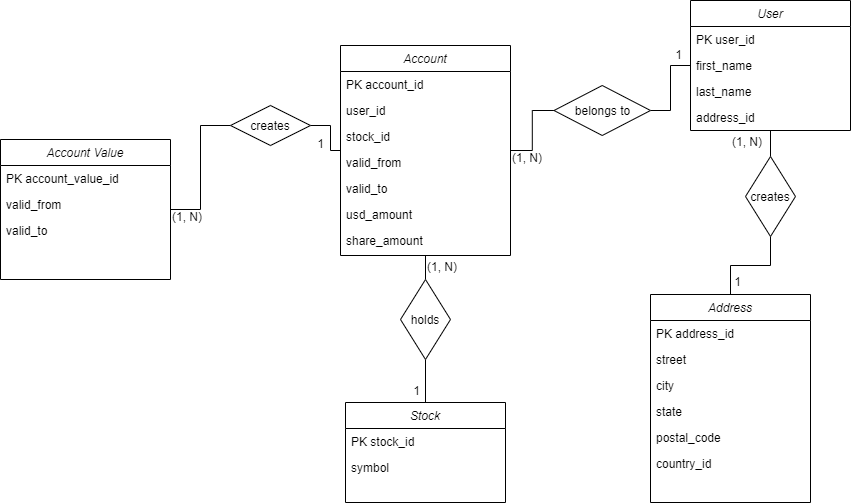
Before: assets/data_model.png, a diagram exported from draw.io (dporth/stock-simulator). Source tidied: cells renumbered, new cells last; positions are measured from the earlier drawing's top-left corner, leaving out a move shared by most shapes.
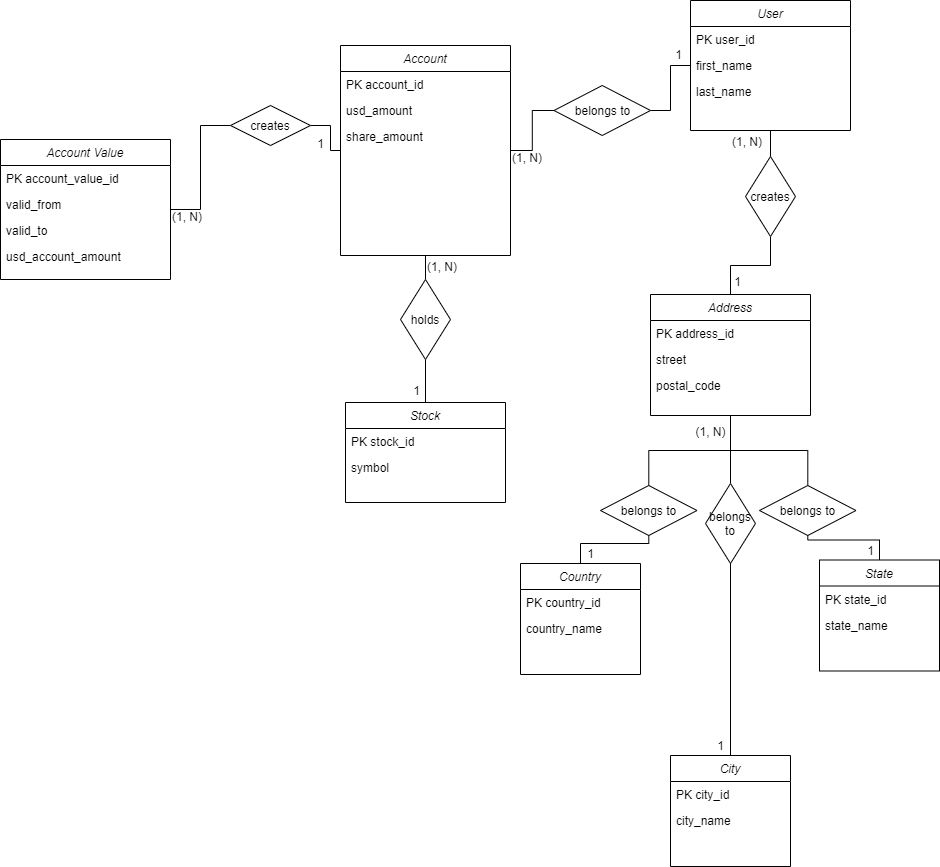
After the change.

Commit message:
Created data model ddl sql

What changed in the source:
```diff
@@ -8,23 +8,11 @@
     <mxCell id="3" value="PK account_id" style="text;align=left;verticalAlign=top;spacingLeft=4;spacingRight=4;overflow=hidden;" parent="2" vertex="1">
       <mxGeometry y="26" width="170" height="26" as="geometry" />
     </mxCell>
-    <mxCell id="4" value="user_id" style="text;align=left;verticalAlign=top;spacingLeft=4;spacingRight=4;overflow=hidden;" parent="2" vertex="1">
-      <mxGeometry y="52" width="170" height="26" as="geometry" />
-    </mxCell>
-    <mxCell id="5" value="stock_id" style="text;align=left;verticalAlign=top;spacingLeft=4;spacingRight=4;overflow=hidden;rounded=0;shadow=0;html=0;" parent="2" vertex="1">
-      <mxGeometry y="78" width="170" height="26" as="geometry" />
-    </mxCell>
-    <mxCell id="6" value="valid_from" style="text;align=left;verticalAlign=top;spacingLeft=4;spacingRight=4;overflow=hidden;rounded=0;shadow=0;html=0;" parent="2" vertex="1">
-      <mxGeometry y="104" width="170" height="26" as="geometry" />
-    </mxCell>
-    <mxCell id="7" value="valid_to" style="text;align=left;verticalAlign=top;spacingLeft=4;spacingRight=4;overflow=hidden;" parent="2" vertex="1">
-      <mxGeometry y="130" width="170" height="26" as="geometry" />
-    </mxCell>
     <mxCell id="8" value="usd_amount" style="text;align=left;verticalAlign=top;spacingLeft=4;spacingRight=4;overflow=hidden;rounded=0;shadow=0;html=0;" parent="2" vertex="1">
-      <mxGeometry y="156" width="170" height="26" as="geometry" />
+      <mxGeometry y="52" width="170" height="26" as="geometry" />
     </mxCell>
     <mxCell id="9" value="share_amount" style="text;align=left;verticalAlign=top;spacingLeft=4;spacingRight=4;overflow=hidden;rounded=0;shadow=0;html=0;" parent="2" vertex="1">
-      <mxGeometry y="182" width="170" height="28" as="geometry" />
+      <mxGeometry y="78" width="170" height="28" as="geometry" />
     </mxCell>
     <mxCell id="10" value="Stock" style="swimlane;fontStyle=2;align=center;verticalAlign=top;horizontal=1;startSize=26;rounded=0;shadow=0;strokeWidth=1;" parent="1" vertex="1">
       <mxGeometry x="345" y="402" width="160" height="100" as="geometry" />
@@ -47,11 +35,8 @@
     <mxCell id="16" value="last_name" style="text;align=left;verticalAlign=top;spacingLeft=4;spacingRight=4;overflow=hidden;rounded=0;shadow=0;html=0;" parent="13" vertex="1">
       <mxGeometry y="78" width="160" height="26" as="geometry" />
     </mxCell>
-    <mxCell id="17" value="address_id" style="text;align=left;verticalAlign=top;spacingLeft=4;spacingRight=4;overflow=hidden;rounded=0;shadow=0;html=0;" parent="13" vertex="1">
-      <mxGeometry y="104" width="160" height="26" as="geometry" />
-    </mxCell>
     <mxCell id="18" value="Address" style="swimlane;fontStyle=2;align=center;verticalAlign=top;horizontal=1;startSize=26;rounded=0;shadow=0;strokeWidth=1;" parent="1" vertex="1">
-      <mxGeometry x="650" y="294" width="160" height="208" as="geometry" />
+      <mxGeometry x="650" y="294" width="160" height="121" as="geometry" />
     </mxCell>
     <mxCell id="19" value="PK address_id" style="text;align=left;verticalAlign=top;spacingLeft=4;spacingRight=4;overflow=hidden;" parent="18" vertex="1">
       <mxGeometry y="26" width="160" height="26" as="geometry" />
@@ -59,18 +44,9 @@
     <mxCell id="20" value="street" style="text;align=left;verticalAlign=top;spacingLeft=4;spacingRight=4;overflow=hidden;" parent="18" vertex="1">
       <mxGeometry y="52" width="160" height="26" as="geometry" />
     </mxCell>
-    <mxCell id="21" value="city" style="text;align=left;verticalAlign=top;spacingLeft=4;spacingRight=4;overflow=hidden;rounded=0;shadow=0;html=0;" parent="18" vertex="1">
-      <mxGeometry y="78" width="160" height="26" as="geometry" />
-    </mxCell>
-    <mxCell id="22" value="state" style="text;align=left;verticalAlign=top;spacingLeft=4;spacingRight=4;overflow=hidden;rounded=0;shadow=0;html=0;" parent="18" vertex="1">
-      <mxGeometry y="104" width="160" height="26" as="geometry" />
-    </mxCell>
     <mxCell id="23" value="postal_code" style="text;align=left;verticalAlign=top;spacingLeft=4;spacingRight=4;overflow=hidden;rounded=0;shadow=0;html=0;" parent="18" vertex="1">
-      <mxGeometry y="130" width="160" height="26" as="geometry" />
+      <mxGeometry y="78" width="160" height="26" as="geometry" />
     </mxCell>
-    <mxCell id="24" value="country_id" style="text;align=left;verticalAlign=top;spacingLeft=4;spacingRight=4;overflow=hidden;rounded=0;shadow=0;html=0;" parent="18" vertex="1">
-      <mxGeometry y="156" width="160" height="26" as="geometry" />
-    </mxCell>
     <mxCell id="25" value="(1, N)" style="align=left;verticalAlign=bottom;labelBackgroundColor=none;fontSize=12;" parent="1" vertex="1">
       <mxGeometry x="425" y="275" as="geometry" />
     </mxCell>
@@ -97,6 +73,9 @@
     <mxCell id="32" value="valid_to" style="text;align=left;verticalAlign=top;spacingLeft=4;spacingRight=4;overflow=hidden;" parent="29" vertex="1">
       <mxGeometry y="78" width="170" height="26" as="geometry" />
     </mxCell>
+    <mxCell id="49" value="usd_account_amount&#10;" style="text;align=left;verticalAlign=top;spacingLeft=4;spacingRight=4;overflow=hidden;" parent="29" vertex="1">
+      <mxGeometry y="104" width="170" height="26" as="geometry" />
+    </mxCell>
     <mxCell id="33" value="(1, N)" style="align=left;verticalAlign=bottom;labelBackgroundColor=none;fontSize=12;" parent="1" vertex="1">
       <mxGeometry x="170" y="225" as="geometry" />
     </mxCell>
@@ -149,5 +128,71 @@
     <mxCell id="48" value="holds" style="rhombus;whiteSpace=wrap;html=1;" parent="1" vertex="1">
       <mxGeometry x="400" y="279" width="50" height="80" as="geometry" />
     </mxCell>
+    <mxCell id="50" style="edgeStyle=orthogonalEdgeStyle;rounded=0;jettySize=auto;html=1;startArrow=none;startFill=0;endArrow=none;endFill=0;" parent="1" edge="1" source="66" target="18">
+      <mxGeometry relative="1" as="geometry" />
+    </mxCell>
+    <mxCell id="51" value="City" style="swimlane;fontStyle=2;align=center;verticalAlign=top;horizontal=1;startSize=26;rounded=0;shadow=0;strokeWidth=1;" parent="1" vertex="1">
+      <mxGeometry x="670" y="755" width="120" height="111" as="geometry" />
+    </mxCell>
+    <mxCell id="52" value="PK city_id" style="text;align=left;verticalAlign=top;spacingLeft=4;spacingRight=4;overflow=hidden;" parent="51" vertex="1">
+      <mxGeometry y="26" width="120" height="26" as="geometry" />
+    </mxCell>
+    <mxCell id="53" value="city_name" style="text;align=left;verticalAlign=top;spacingLeft=4;spacingRight=4;overflow=hidden;" parent="51" vertex="1">
+      <mxGeometry y="52" width="120" height="26" as="geometry" />
+    </mxCell>
+    <mxCell id="54" style="edgeStyle=orthogonalEdgeStyle;rounded=0;jettySize=auto;html=1;startArrow=none;startFill=0;endArrow=none;endFill=0;" parent="1" edge="1" source="70" target="18">
+      <mxGeometry relative="1" as="geometry" />
+    </mxCell>
+    <mxCell id="55" value="Country" style="swimlane;fontStyle=2;align=center;verticalAlign=top;horizontal=1;startSize=26;rounded=0;shadow=0;strokeWidth=1;" parent="1" vertex="1">
+      <mxGeometry x="520" y="563" width="120" height="111" as="geometry" />
+    </mxCell>
+    <mxCell id="56" value="PK country_id" style="text;align=left;verticalAlign=top;spacingLeft=4;spacingRight=4;overflow=hidden;" parent="55" vertex="1">
+      <mxGeometry y="26" width="120" height="26" as="geometry" />
+    </mxCell>
+    <mxCell id="57" value="country_name" style="text;align=left;verticalAlign=top;spacingLeft=4;spacingRight=4;overflow=hidden;" parent="55" vertex="1">
+      <mxGeometry y="52" width="120" height="26" as="geometry" />
+    </mxCell>
+    <mxCell id="58" style="edgeStyle=orthogonalEdgeStyle;rounded=0;jettySize=auto;html=1;startArrow=none;startFill=0;endArrow=none;endFill=0;" parent="1" edge="1" source="68" target="18">
+      <mxGeometry relative="1" as="geometry" />
+    </mxCell>
+    <mxCell id="59" value="State" style="swimlane;fontStyle=2;align=center;verticalAlign=top;horizontal=1;startSize=26;rounded=0;shadow=0;strokeWidth=1;" parent="1" vertex="1">
+      <mxGeometry x="819" y="559.5" width="120" height="111" as="geometry" />
+    </mxCell>
+    <mxCell id="60" value="PK state_id" style="text;align=left;verticalAlign=top;spacingLeft=4;spacingRight=4;overflow=hidden;" parent="59" vertex="1">
+      <mxGeometry y="26" width="120" height="26" as="geometry" />
+    </mxCell>
+    <mxCell id="61" value="state_name" style="text;align=left;verticalAlign=top;spacingLeft=4;spacingRight=4;overflow=hidden;" parent="59" vertex="1">
+      <mxGeometry y="52" width="120" height="26" as="geometry" />
+    </mxCell>
+    <mxCell id="62" value="1" style="text;html=1;align=center;verticalAlign=middle;" parent="1" vertex="1">
+      <mxGeometry x="710" y="735" width="20" height="20" as="geometry" />
+    </mxCell>
+    <mxCell id="63" value="1" style="text;html=1;align=center;verticalAlign=middle;" parent="1" vertex="1">
+      <mxGeometry x="860" y="539.5" width="20" height="20" as="geometry" />
+    </mxCell>
+    <mxCell id="64" value="1" style="text;html=1;align=center;verticalAlign=middle;" parent="1" vertex="1">
+      <mxGeometry x="580" y="543" width="20" height="20" as="geometry" />
+    </mxCell>
+    <mxCell id="65" value="(1, N)" style="text;html=1;align=center;verticalAlign=middle;" parent="1" vertex="1">
+      <mxGeometry x="685" y="421" width="50" height="20" as="geometry" />
+    </mxCell>
+    <mxCell id="66" value="belongs&lt;br&gt;to" style="rhombus;whiteSpace=wrap;html=1;" parent="1" vertex="1">
+      <mxGeometry x="705" y="483" width="50" height="80" as="geometry" />
+    </mxCell>
+    <mxCell id="67" style="edgeStyle=orthogonalEdgeStyle;rounded=0;jettySize=auto;html=1;startArrow=none;startFill=0;endArrow=none;endFill=0;" parent="1" edge="1" source="51" target="66">
+      <mxGeometry relative="1" as="geometry" />
+    </mxCell>
+    <mxCell id="68" value="belongs to" style="rhombus;whiteSpace=wrap;html=1;" parent="1" vertex="1">
+      <mxGeometry x="759" y="485" width="96.5" height="50" as="geometry" />
+    </mxCell>
+    <mxCell id="69" style="edgeStyle=orthogonalEdgeStyle;rounded=0;jettySize=auto;html=1;startArrow=none;startFill=0;endArrow=none;endFill=0;" parent="1" edge="1" source="59" target="68">
+      <mxGeometry relative="1" as="geometry" />
+    </mxCell>
+    <mxCell id="70" value="belongs to" style="rhombus;whiteSpace=wrap;html=1;" parent="1" vertex="1">
+      <mxGeometry x="600" y="485" width="96.5" height="50" as="geometry" />
+    </mxCell>
+    <mxCell id="71" style="edgeStyle=orthogonalEdgeStyle;rounded=0;jettySize=auto;html=1;startArrow=none;startFill=0;endArrow=none;endFill=0;" parent="1" edge="1" source="55" target="70">
+      <mxGeometry relative="1" as="geometry" />
+    </mxCell>
   </root>
 </mxGraphModel>
```
